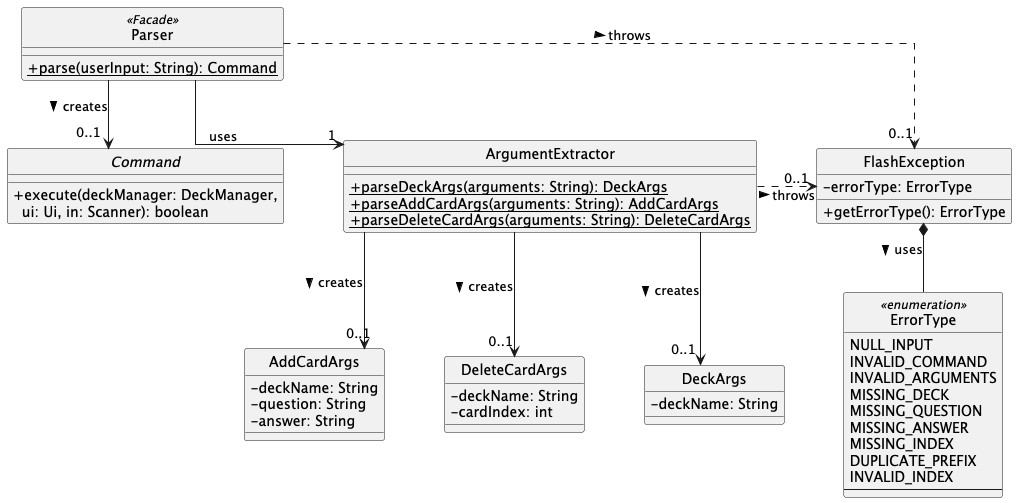
This is docs/diagrams/parser_class.png from yqzzy/tp, a PlantUML export, as it was before one commit.
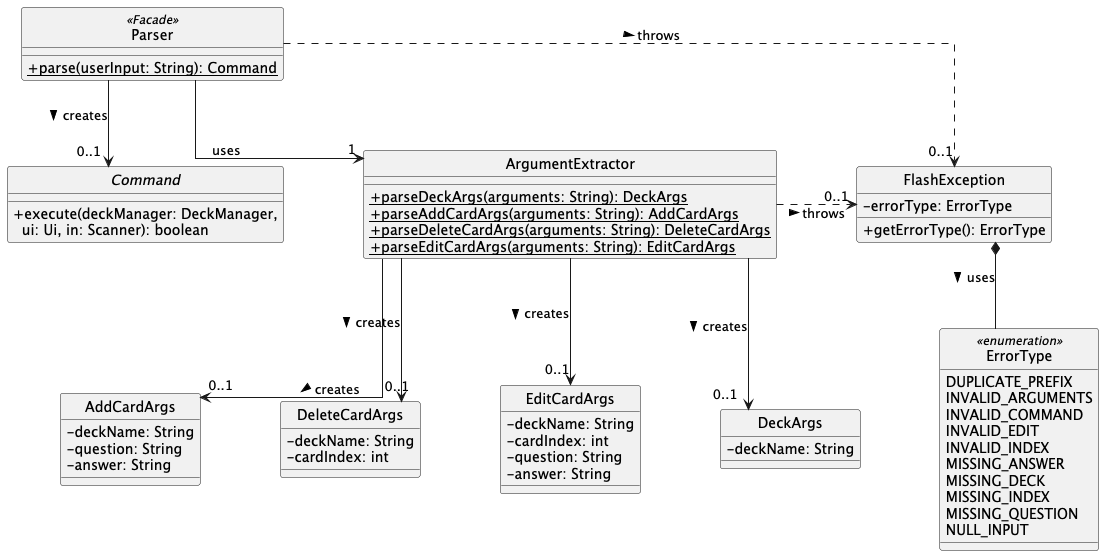
After the commit.

Commit message:
Update Developer Guide Parser diagram to include the new EditCardArgs and the associated error type

Diff of the diagram source:
```diff
@@ -3,8 +3,8 @@
 skinparam classAttributeIconSize 0
 skinparam roundcorner 5
 skinparam linetype ortho
-skinparam nodesep 60
-skinparam ranksep 60
+skinparam nodesep 80
+skinparam ranksep 70
 
 together {
     class Parser <<Facade>> {
@@ -20,6 +20,7 @@
         {static} +parseDeckArgs(arguments: String): DeckArgs
         {static} +parseAddCardArgs(arguments: String): AddCardArgs
         {static} +parseDeleteCardArgs(arguments: String): DeleteCardArgs
+        {static} +parseEditCardArgs(arguments: String): EditCardArgs
     }
     class FlashException {
         -errorType: ErrorType
@@ -37,20 +38,26 @@
         -deckName: String
         -cardIndex: int
     }
+    class EditCardArgs {
+        -deckName: String
+        -cardIndex: int
+        -question: String
+        -answer: String
+    }
     class DeckArgs {
         -deckName: String
     }
     enum ErrorType <<enumeration>> {
+        DUPLICATE_PREFIX
+        INVALID_ARGUMENTS
+        INVALID_COMMAND
+        INVALID_EDIT
+        INVALID_INDEX
+        MISSING_ANSWER
+        MISSING_DECK
+        MISSING_INDEX
+        MISSING_QUESTION
         NULL_INPUT
-        INVALID_COMMAND
-        INVALID_ARGUMENTS
-        MISSING_DECK
-        MISSING_QUESTION
-        MISSING_ANSWER
-        MISSING_INDEX
-        DUPLICATE_PREFIX
-        INVALID_INDEX
-        --
     }
 }
 
@@ -60,8 +67,9 @@
 
 ArgumentExtractor --> "0..1" AddCardArgs : creates >
 ArgumentExtractor --> "0..1" DeleteCardArgs : creates >
+ArgumentExtractor --> "0..1" EditCardArgs : creates >
 ArgumentExtractor --> "0..1" DeckArgs : creates >
 ArgumentExtractor .> "0..1" FlashException : throws >
 
-FlashException *--ErrorType : uses >
+FlashException *-- ErrorType : uses >
 @enduml
```
